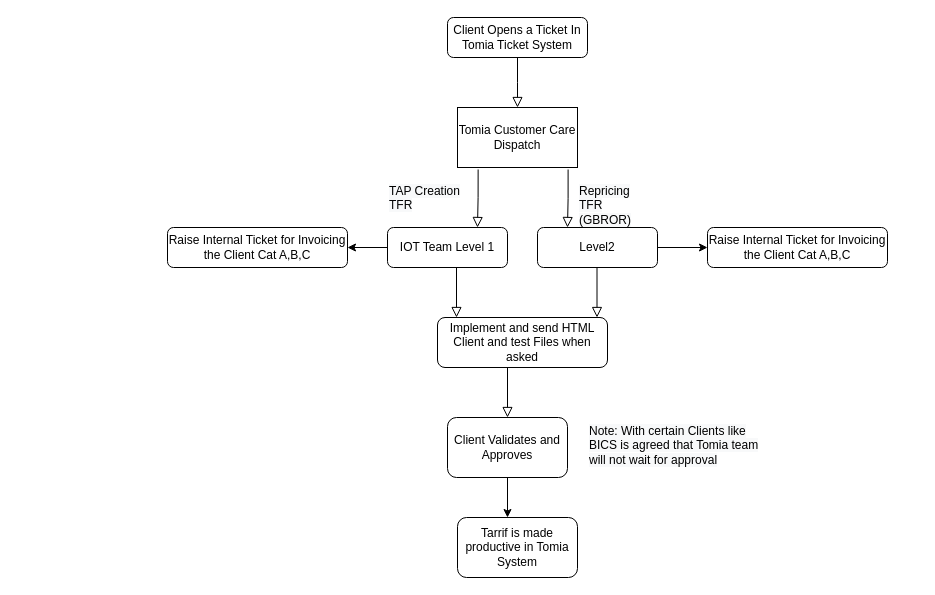
egjati/Complete-Python-3-Bootcamp keeps this draw.io diagram as 02-Python Statements/Untitled Diagram.drawio. Above is the earlier version. Source tidied: cells renumbered, new cells numbered last; positions are measured from the earlier drawing's top-left corner, leaving out a move shared by most shapes. Both pictures are drawn from the tidied source at 100%, with x=0, y=0 at pixel (167, 17).
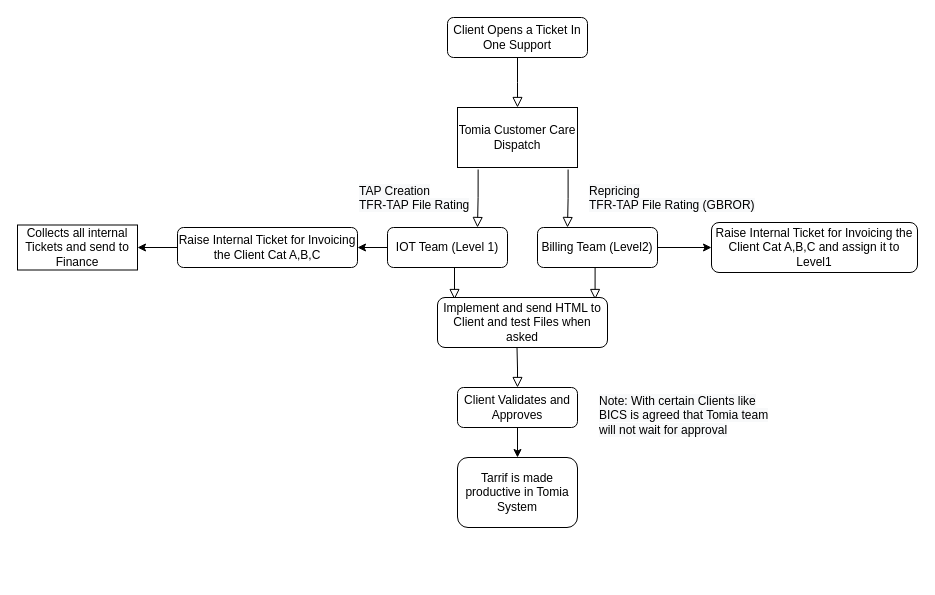
Above is the later version.

Diff of the diagram source:
```diff
@@
-    <mxCell id="3" value="Client Opens a Ticket In Tomia Ticket System" style="rounded=1;whiteSpace=wrap;html=1;fontSize=12;glass=0;strokeWidth=1;shadow=0;" parent="1" vertex="1">
+    <mxCell id="3" value="Client Opens a Ticket In One Support" style="rounded=1;whiteSpace=wrap;html=1;fontSize=12;glass=0;strokeWidth=1;shadow=0;" parent="1" vertex="1">
       <mxGeometry x="280" width="140" height="40" as="geometry" />
     </mxCell>
@@
-    <mxCell id="5" value="&lt;span style=&quot;color: rgb(0 , 0 , 0) ; font-family: &amp;#34;helvetica&amp;#34; ; font-size: 12px ; font-style: normal ; font-weight: 400 ; letter-spacing: normal ; text-align: center ; text-indent: 0px ; text-transform: none ; word-spacing: 0px ; background-color: rgb(248 , 249 , 250) ; display: inline ; float: none&quot;&gt;TAP Creation&lt;br&gt;TFR&lt;br&gt;&lt;br&gt;&lt;/span&gt;" style="text;whiteSpace=wrap;html=1;" parent="1" vertex="1">
-      <mxGeometry x="220" y="160" width="100" height="30" as="geometry" />
+    <mxCell id="5" value="&lt;span style=&quot;color: rgb(0 , 0 , 0) ; font-family: &amp;#34;helvetica&amp;#34; ; font-size: 12px ; font-style: normal ; font-weight: 400 ; letter-spacing: normal ; text-align: center ; text-indent: 0px ; text-transform: none ; word-spacing: 0px ; background-color: rgb(248 , 249 , 250) ; display: inline ; float: none&quot;&gt;TAP Creation&lt;br&gt;TFR-TAP File Rating&lt;br&gt;&lt;br&gt;&lt;/span&gt;" style="text;whiteSpace=wrap;html=1;" parent="1" vertex="1">
+      <mxGeometry x="190" y="160" width="130" height="30" as="geometry" />
     </mxCell>
@@
-    <mxCell id="7" value="IOT Team Level 1&lt;br&gt;" style="rounded=1;whiteSpace=wrap;html=1;fontSize=12;glass=0;strokeWidth=1;shadow=0;" parent="1" vertex="1">
+    <mxCell id="7" value="IOT Team (Level 1)" style="rounded=1;whiteSpace=wrap;html=1;fontSize=12;glass=0;strokeWidth=1;shadow=0;" parent="1" vertex="1">
       <mxGeometry x="220" y="210" width="120" height="40" as="geometry" />
     </mxCell>
@@
-    <mxCell id="9" value="&amp;nbsp;Level2&amp;nbsp;" style="rounded=1;whiteSpace=wrap;html=1;fontSize=12;glass=0;strokeWidth=1;shadow=0;" parent="1" vertex="1">
+    <mxCell id="9" value="&amp;nbsp;Billing Team (Level2)&amp;nbsp;" style="rounded=1;whiteSpace=wrap;html=1;fontSize=12;glass=0;strokeWidth=1;shadow=0;" parent="1" vertex="1">
       <mxGeometry x="370" y="210" width="120" height="40" as="geometry" />
     </mxCell>
@@
-    <mxCell id="11" value="&lt;span style=&quot;color: rgb(0 , 0 , 0) ; font-family: &amp;#34;helvetica&amp;#34; ; font-size: 12px ; font-style: normal ; font-weight: 400 ; letter-spacing: normal ; text-align: center ; text-indent: 0px ; text-transform: none ; word-spacing: 0px ; background-color: rgb(248 , 249 , 250) ; display: inline ; float: none&quot;&gt;Repricing&lt;br&gt;TFR (GBROR)&lt;br&gt;&lt;/span&gt;" style="text;whiteSpace=wrap;html=1;" parent="1" vertex="1">
-      <mxGeometry x="410" y="160" width="80" height="30" as="geometry" />
+    <mxCell id="11" value="&lt;span style=&quot;color: rgb(0 , 0 , 0) ; font-family: &amp;#34;helvetica&amp;#34; ; font-size: 12px ; font-style: normal ; font-weight: 400 ; letter-spacing: normal ; text-align: center ; text-indent: 0px ; text-transform: none ; word-spacing: 0px ; background-color: rgb(248 , 249 , 250) ; display: inline ; float: none&quot;&gt;Repricing&lt;br&gt;TFR-TAP File Rating&amp;nbsp;(GBROR)&lt;br&gt;&lt;/span&gt;" style="text;whiteSpace=wrap;html=1;" parent="1" vertex="1">
+      <mxGeometry x="420" y="160" width="170" height="50" as="geometry" />
     </mxCell>
@@
-    <mxCell id="13" style="rounded=0;html=1;jettySize=auto;orthogonalLoop=1;fontSize=11;endArrow=block;endFill=0;endSize=8;strokeWidth=1;shadow=0;labelBackgroundColor=none;edgeStyle=orthogonalEdgeStyle;" parent="1" edge="1">
+    <mxCell id="13" style="rounded=0;html=1;jettySize=auto;fontSize=11;endArrow=block;endFill=0;endSize=8;strokeWidth=1;shadow=0;labelBackgroundColor=none;edgeStyle=orthogonalEdgeStyle;entryX=0.1;entryY=0.04;entryDx=0;entryDy=0;entryPerimeter=0;" parent="1" edge="1" target="18">
       <mxGeometry relative="1" as="geometry">
         <mxPoint x="289" y="250" as="sourcePoint" />
-        <mxPoint x="289" y="300" as="targetPoint" />
       </mxGeometry>
     </mxCell>
-    <mxCell id="14" style="rounded=0;html=1;jettySize=auto;orthogonalLoop=1;fontSize=11;endArrow=block;endFill=0;endSize=8;strokeWidth=1;shadow=0;labelBackgroundColor=none;edgeStyle=orthogonalEdgeStyle;" parent="1" edge="1">
+    <mxCell id="14" style="rounded=0;html=1;jettySize=auto;fontSize=11;endArrow=block;endFill=0;endSize=8;strokeWidth=1;shadow=0;labelBackgroundColor=none;edgeStyle=orthogonalEdgeStyle;entryX=0.927;entryY=0.04;entryDx=0;entryDy=0;entryPerimeter=0;" parent="1" edge="1" target="18">
       <mxGeometry relative="1" as="geometry">
         <mxPoint x="429.5" y="250" as="sourcePoint" />
-        <mxPoint x="429.5" y="300" as="targetPoint" />
       </mxGeometry>
     </mxCell>
-    <mxCell id="15" style="rounded=0;html=1;jettySize=auto;orthogonalLoop=1;fontSize=11;endArrow=block;endFill=0;endSize=8;strokeWidth=1;shadow=0;labelBackgroundColor=none;edgeStyle=orthogonalEdgeStyle;" parent="1" edge="1">
+    <mxCell id="15" style="rounded=0;html=1;jettySize=auto;fontSize=11;endArrow=block;endFill=0;endSize=8;strokeWidth=1;shadow=0;labelBackgroundColor=none;edgeStyle=orthogonalEdgeStyle;entryX=0.5;entryY=0;entryDx=0;entryDy=0;" parent="1" edge="1" target="17">
       <mxGeometry relative="1" as="geometry">
-        <mxPoint x="340" y="350" as="sourcePoint" />
-        <mxPoint x="340" y="400" as="targetPoint" />
+        <mxPoint x="349.5" y="330" as="sourcePoint" />
       </mxGeometry>
     </mxCell>
@@
     <mxCell id="17" value="Client Validates and Approves" style="rounded=1;whiteSpace=wrap;html=1;" parent="1" vertex="1">
-      <mxGeometry x="280" y="400" width="120" height="60" as="geometry" />
+      <mxGeometry x="290" y="370" width="120" height="40" as="geometry" />
     </mxCell>
-    <mxCell id="18" value="Implement and send HTML Client and test Files when asked" style="rounded=1;whiteSpace=wrap;html=1;fontSize=12;glass=0;strokeWidth=1;shadow=0;" parent="1" vertex="1">
-      <mxGeometry x="270" y="300" width="170" height="50" as="geometry" />
+    <mxCell id="18" value="Implement and send HTML to Client and test Files when asked" style="rounded=1;whiteSpace=wrap;html=1;fontSize=12;glass=0;strokeWidth=1;shadow=0;" parent="1" vertex="1">
+      <mxGeometry x="270" y="280" width="170" height="50" as="geometry" />
     </mxCell>
     <mxCell id="19" value="&lt;span style=&quot;color: rgb(0 , 0 , 0) ; font-family: &amp;#34;helvetica&amp;#34; ; font-size: 12px ; font-style: normal ; font-weight: 400 ; letter-spacing: normal ; text-align: center ; text-indent: 0px ; text-transform: none ; word-spacing: 0px ; background-color: rgb(248 , 249 , 250) ; display: inline ; float: none&quot;&gt;Note: With certain Clients like BICS is agreed that Tomia team will not wait for approval&lt;/span&gt;" style="text;whiteSpace=wrap;html=1;" parent="1" vertex="1">
-      <mxGeometry x="420" y="400" width="180" height="30" as="geometry" />
+      <mxGeometry x="430" y="370" width="180" height="30" as="geometry" />
     </mxCell>
-    <mxCell id="20" value="Raise Internal Ticket for Invoicing the Client Cat A,B,C" style="rounded=1;whiteSpace=wrap;html=1;" parent="1" vertex="1">
-      <mxGeometry x="540" y="210" width="180" height="40" as="geometry" />
+    <mxCell id="20" value="Raise Internal Ticket for Invoicing the Client Cat A,B,C and assign it to Level1" style="rounded=1;whiteSpace=wrap;html=1;" parent="1" vertex="1">
+      <mxGeometry x="544" y="205" width="206" height="50" as="geometry" />
     </mxCell>
+    <mxCell id="23" style="edgeStyle=orthogonalEdgeStyle;rounded=0;jettySize=auto;html=1;" parent="1" edge="1" source="21" target="24">
+      <mxGeometry relative="1" as="geometry" />
+    </mxCell>
     <mxCell id="21" value="Raise Internal Ticket for Invoicing the Client Cat A,B,C" style="rounded=1;whiteSpace=wrap;html=1;" parent="1" vertex="1">
-      <mxGeometry y="210" width="180" height="40" as="geometry" />
+      <mxGeometry x="10" y="210" width="180" height="40" as="geometry" />
     </mxCell>
     <mxCell id="22" value="Tarrif is made productive in Tomia System" style="rounded=1;whiteSpace=wrap;html=1;" parent="1" vertex="1">
-      <mxGeometry x="290" y="500" width="120" height="60" as="geometry" />
+      <mxGeometry x="290" y="440" width="120" height="70" as="geometry" />
     </mxCell>
+    <mxCell id="24" value="Collects all internal Tickets and send to Finance" style="rounded=0;whiteSpace=wrap;html=1;" parent="1" vertex="1">
+      <mxGeometry x="-150" y="207.5" width="120" height="45" as="geometry" />
+    </mxCell>
```
